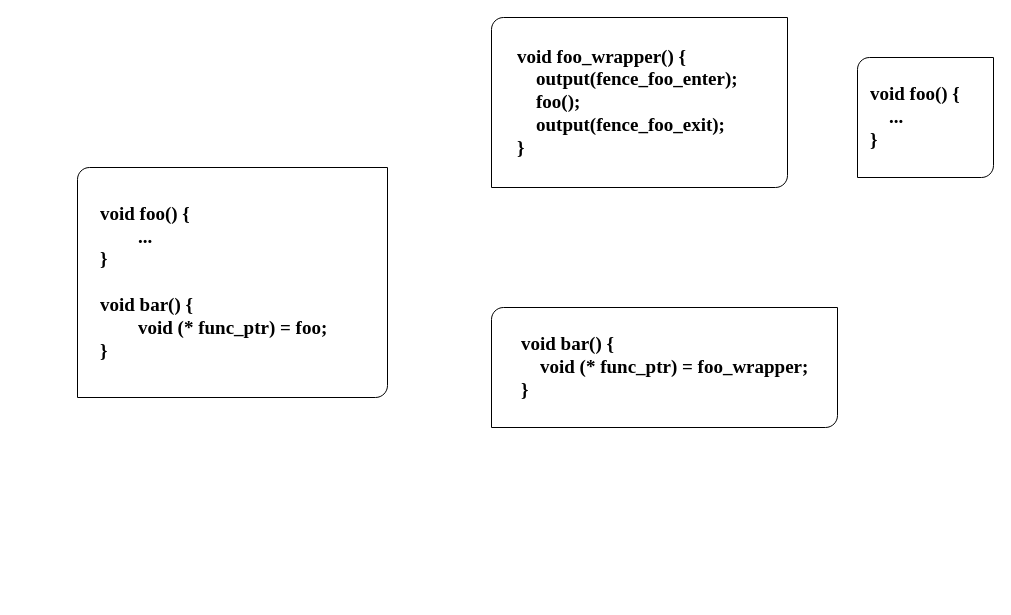
This is img/funcptr.drawio from Coder-Colder/MyPics, a draw.io file, before an edit. Source tidied: cells renumbered, new cells numbered last; positions are measured from the earlier drawing's top-left corner, leaving out a move shared by most shapes. Both pictures are drawn from the tidied source at 100%, with x=0, y=0 at pixel (77, 17).
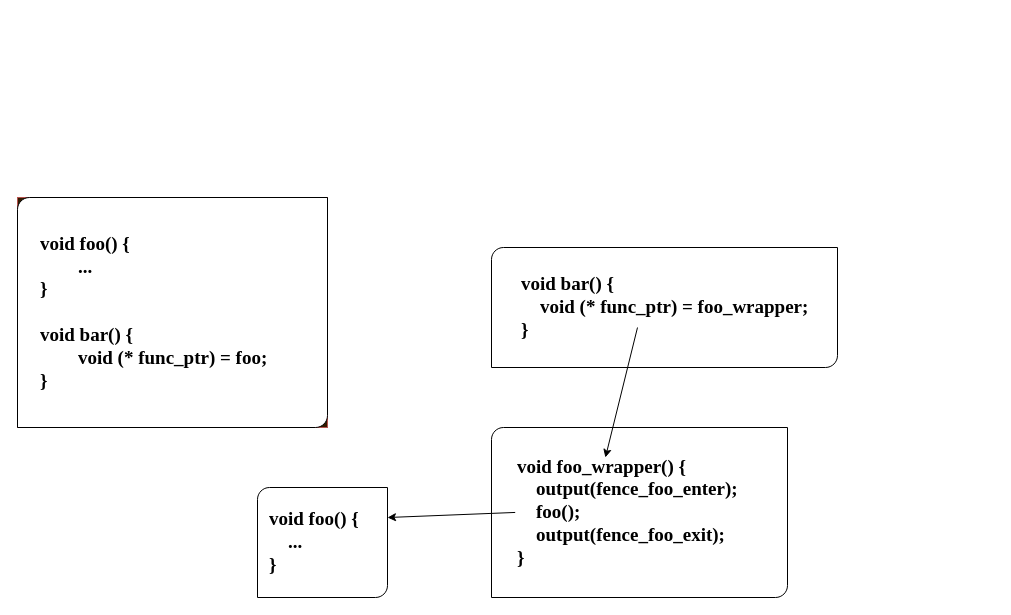
After the change.

Change to the diagram source:
```diff
@@
 <mxGraphModel>
   <root>
     <mxCell id="0" />
     <mxCell id="1" parent="0" />
-    <mxCell id="2" style="group;" parent="1" vertex="1">
-      <mxGeometry y="150" width="310" height="230" as="geometry" />
+    <mxCell id="2" style="group;fillColor=#331A00;strokeColor=#b85450;" parent="1" vertex="1">
+      <mxGeometry x="-60" y="180" width="310" height="230" as="geometry" />
     </mxCell>
     <mxCell id="3" style="verticalLabelPosition=bottom;verticalAlign=top;html=1;shape=mxgraph.basic.diag_round_rect;dx=6;whiteSpace=wrap;" parent="2" vertex="1">
       <mxGeometry width="310" height="230" as="geometry" />
     </mxCell>
     <mxCell id="4" value="&lt;b style=&quot;font-size: 19px;&quot;&gt;&lt;font face=&quot;Times New Roman&quot; style=&quot;font-size: 19px;&quot;&gt;void foo() {&lt;/font&gt;&lt;/b&gt;&lt;div style=&quot;font-size: 19px;&quot;&gt;&lt;b&gt;&lt;font face=&quot;Times New Roman&quot; style=&quot;font-size: 19px;&quot;&gt;&lt;span style=&quot;white-space: pre;&quot;&gt;&#9;&lt;/span&gt;...&lt;/font&gt;&lt;/b&gt;&lt;/div&gt;&lt;div style=&quot;font-size: 19px;&quot;&gt;&lt;b&gt;&lt;font face=&quot;Times New Roman&quot; style=&quot;font-size: 19px;&quot;&gt;}&lt;/font&gt;&lt;/b&gt;&lt;/div&gt;&lt;div style=&quot;font-size: 19px;&quot;&gt;&lt;b&gt;&lt;font face=&quot;Times New Roman&quot; style=&quot;font-size: 19px;&quot;&gt;&lt;br&gt;&lt;/font&gt;&lt;/b&gt;&lt;/div&gt;&lt;div style=&quot;font-size: 19px;&quot;&gt;&lt;b&gt;&lt;font face=&quot;Times New Roman&quot; style=&quot;font-size: 19px;&quot;&gt;void bar() {&lt;br&gt;&lt;span style=&quot;white-space: pre;&quot;&gt;&#9;&lt;/span&gt;void (* func_ptr) = foo;&lt;br&gt;&lt;/font&gt;&lt;/b&gt;&lt;/div&gt;&lt;div style=&quot;font-size: 19px;&quot;&gt;&lt;b style=&quot;&quot;&gt;&lt;font face=&quot;Times New Roman&quot; style=&quot;font-size: 19px;&quot;&gt;}&lt;/font&gt;&lt;/b&gt;&lt;/div&gt;" style="text;html=1;align=left;verticalAlign=middle;whiteSpace=wrap;rounded=0;" parent="2" vertex="1">
       <mxGeometry x="20.7" y="49.3" width="279" height="131.4" as="geometry" />
     </mxCell>
-    <mxCell id="5" value="&lt;div style=&quot;forced-color-adjust: none; color: rgb(0, 0, 0); font-family: Helvetica; font-style: normal; font-variant-ligatures: normal; font-variant-caps: normal; font-weight: 400; letter-spacing: normal; orphans: 2; text-align: left; text-indent: 0px; text-transform: none; widows: 2; word-spacing: 0px; -webkit-text-stroke-width: 0px; white-space: normal; background-color: rgb(251, 251, 251); text-decoration-thickness: initial; text-decoration-style: initial; text-decoration-color: initial; font-size: 19px;&quot;&gt;&lt;br&gt;&lt;/div&gt;" style="text;whiteSpace=wrap;html=1;" parent="1" vertex="1">
-      <mxGeometry x="414" y="300" width="320" height="90" as="geometry" />
-    </mxCell>
     <mxCell id="6" style="group;" parent="1" vertex="1">
-      <mxGeometry x="414" width="296" height="170" as="geometry" />
+      <mxGeometry x="414" y="410" width="296" height="170" as="geometry" />
     </mxCell>
     <mxCell id="7" style="verticalLabelPosition=bottom;verticalAlign=top;html=1;shape=mxgraph.basic.diag_round_rect;dx=6;whiteSpace=wrap;" parent="6" vertex="1">
       <mxGeometry width="296" height="170" as="geometry" />
     </mxCell>
     <mxCell id="8" value="&lt;div style=&quot;font-size: 19px;&quot;&gt;&lt;b style=&quot;background-color: initial;&quot;&gt;&lt;font face=&quot;Times New Roman&quot;&gt;void foo_wrapper() {&lt;/font&gt;&lt;/b&gt;&lt;br&gt;&lt;/div&gt;&lt;div style=&quot;font-size: 19px;&quot;&gt;&lt;div&gt;&lt;b&gt;&lt;font face=&quot;Times New Roman&quot;&gt;&lt;span style=&quot;white-space: pre;&quot;&gt;&amp;nbsp;&amp;nbsp;&amp;nbsp;&amp;nbsp;output(fence_foo_enter);&lt;br&gt;&lt;/span&gt;&lt;/font&gt;&lt;/b&gt;&lt;/div&gt;&lt;div&gt;&lt;b&gt;&lt;font face=&quot;Times New Roman&quot;&gt;&lt;span style=&quot;white-space: pre;&quot;&gt;&amp;nbsp;&amp;nbsp;&amp;nbsp;&amp;nbsp;&lt;/span&gt;foo();&lt;br&gt;&lt;/font&gt;&lt;/b&gt;&lt;/div&gt;&lt;div&gt;&lt;/div&gt;&lt;div&gt;&lt;b&gt;&lt;font face=&quot;Times New Roman&quot;&gt;&lt;span style=&quot;white-space: pre;&quot;&gt;&amp;nbsp;&amp;nbsp;&amp;nbsp;&amp;nbsp;&lt;/span&gt;output(fence_foo_exit);&lt;br&gt;&lt;/font&gt;&lt;/b&gt;&lt;/div&gt;&lt;div&gt;&lt;b&gt;&lt;font face=&quot;Times New Roman&quot;&gt;}&lt;/font&gt;&lt;/b&gt;&lt;/div&gt;&lt;/div&gt;" style="text;html=1;align=left;verticalAlign=middle;whiteSpace=wrap;rounded=0;" parent="6" vertex="1">
       <mxGeometry x="23.7" y="19.2" width="248.6" height="131.5" as="geometry" />
     </mxCell>
     <mxCell id="9" style="group;" parent="1" vertex="1">
-      <mxGeometry x="414" y="290" width="346" height="120" as="geometry" />
+      <mxGeometry x="414" y="230" width="346" height="120" as="geometry" />
     </mxCell>
     <mxCell id="10" style="verticalLabelPosition=bottom;verticalAlign=top;html=1;shape=mxgraph.basic.diag_round_rect;dx=6;whiteSpace=wrap;" parent="9" vertex="1">
       <mxGeometry width="346" height="120" as="geometry" />
     </mxCell>
     <mxCell id="11" value="&lt;div style=&quot;font-size: 19px;&quot;&gt;&lt;div&gt;&lt;b&gt;&lt;font face=&quot;Times New Roman&quot;&gt;void bar() {&lt;br&gt;&lt;span style=&quot;white-space: pre;&quot;&gt;&amp;nbsp;&amp;nbsp;&amp;nbsp;&amp;nbsp;&lt;/span&gt;void (* func_ptr) =&amp;nbsp;&lt;/font&gt;&lt;/b&gt;&lt;b&gt;&lt;font face=&quot;Times New Roman&quot;&gt;foo_wrapper&lt;/font&gt;&lt;/b&gt;&lt;b&gt;&lt;font face=&quot;Times New Roman&quot;&gt;;&lt;br&gt;&lt;/font&gt;&lt;/b&gt;&lt;/div&gt;&lt;div&gt;&lt;b&gt;&lt;font face=&quot;Times New Roman&quot;&gt;}&lt;/font&gt;&lt;/b&gt;&lt;/div&gt;&lt;/div&gt;" style="text;html=1;align=left;verticalAlign=middle;whiteSpace=wrap;rounded=0;" parent="9" vertex="1">
       <mxGeometry x="27.7" y="13.6" width="290.6" height="92.9" as="geometry" />
     </mxCell>
     <mxCell id="12" style="group;" parent="1" vertex="1">
-      <mxGeometry x="780" y="40" width="136" height="120" as="geometry" />
+      <mxGeometry x="180" y="470" width="130" height="110" as="geometry" />
     </mxCell>
     <mxCell id="13" style="verticalLabelPosition=bottom;verticalAlign=top;html=1;shape=mxgraph.basic.diag_round_rect;dx=6;whiteSpace=wrap;" parent="12" vertex="1">
-      <mxGeometry width="136" height="120" as="geometry" />
+      <mxGeometry width="130" height="110" as="geometry" />
     </mxCell>
     <mxCell id="14" value="&lt;div style=&quot;font-size: 19px;&quot;&gt;&lt;b&gt;&lt;font face=&quot;Times New Roman&quot;&gt;void foo() {&lt;/font&gt;&lt;/b&gt;&lt;div&gt;&lt;b&gt;&lt;font face=&quot;Times New Roman&quot;&gt;&lt;span style=&quot;white-space: pre;&quot;&gt;&amp;nbsp;&amp;nbsp;&amp;nbsp;&amp;nbsp;&lt;/span&gt;...&lt;/font&gt;&lt;/b&gt;&lt;/div&gt;&lt;div&gt;&lt;b&gt;&lt;font face=&quot;Times New Roman&quot;&gt;}&lt;/font&gt;&lt;/b&gt;&lt;/div&gt;&lt;/div&gt;" style="text;html=1;align=left;verticalAlign=middle;whiteSpace=wrap;rounded=0;" parent="12" vertex="1">
-      <mxGeometry x="10.9" y="13.6" width="114.2" height="92.9" as="geometry" />
+      <mxGeometry x="10.4" y="12.4" width="109.2" height="85.1" as="geometry" />
     </mxCell>
+    <mxCell id="15" style="endArrow=classic;html=1;rounded=0;entryX=0.387;entryY=-0.002;entryDx=0;entryDy=0;entryPerimeter=0;" parent="1" edge="1">
+      <mxGeometry relative="1" as="geometry">
+        <mxPoint x="560" y="310" as="sourcePoint" />
+        <mxPoint x="527.9" y="440" as="targetPoint" />
+      </mxGeometry>
+    </mxCell>
+    <mxCell id="16" style="endArrow=classic;html=1;rounded=0;exitX=0;exitY=0.5;exitDx=0;exitDy=0;entryX=1;entryY=0.273;entryDx=0;entryDy=0;entryPerimeter=0;" parent="1" edge="1" source="8" target="13">
+      <mxGeometry relative="1" as="geometry" />
+    </mxCell>
   </root>
 </mxGraphModel>
```
